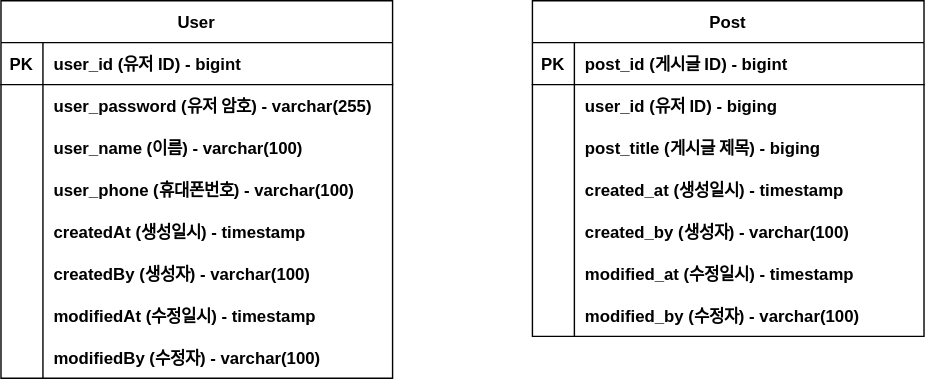
Earlier version of the draw.io export Document/trade-demo-erd.svg (wlsdnr658/trade-demo). Source tidied: cells renumbered, new cells last; positions are measured from the earlier drawing's top-left corner, leaving out a move shared by most shapes.
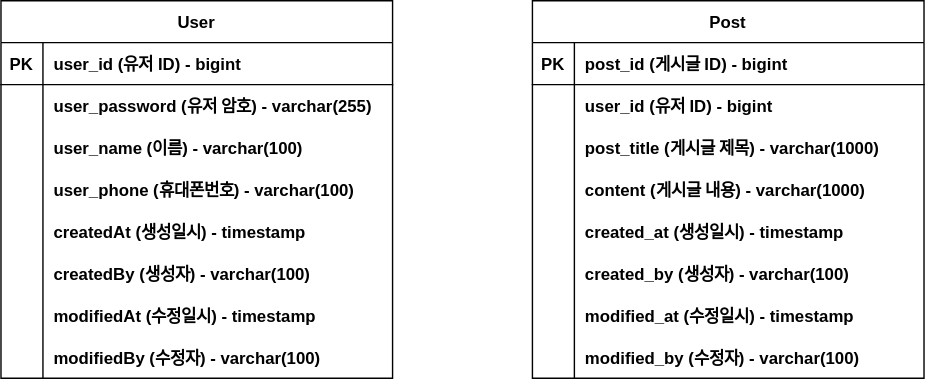
After the commit.

Change to the diagram source:
```diff
@@ -3,7 +3,7 @@
     <mxCell id="0" />
     <mxCell id="1" parent="0" />
     <mxCell id="2" value="Post" style="shape=table;startSize=30;rowLines=0;fontStyle=1;align=center;" parent="1" vertex="1">
-      <mxGeometry x="380" width="280" height="240" as="geometry" />
+      <mxGeometry x="380" width="280" height="270" as="geometry" />
     </mxCell>
     <mxCell id="3" style="shape=partialRectangle;fillColor=none;top=0;left=0;right=0;bottom=1;" parent="2" vertex="1">
       <mxGeometry y="30" width="280" height="30" as="geometry" />
@@ -20,20 +20,29 @@
     <mxCell id="7" style="shape=partialRectangle;overflow=hidden;fillColor=none;top=0;left=0;bottom=0;right=0;" parent="6" vertex="1">
       <mxGeometry width="30" height="30" as="geometry" />
     </mxCell>
-    <mxCell id="8" value="user_id (유저 ID) - biging" style="shape=partialRectangle;overflow=hidden;fillColor=none;top=0;left=0;bottom=0;right=0;align=left;spacingLeft=6;fontStyle=1;" parent="6" vertex="1">
+    <mxCell id="8" value="user_id (유저 ID) - bigint" style="shape=partialRectangle;overflow=hidden;fillColor=none;top=0;left=0;bottom=0;right=0;align=left;spacingLeft=6;fontStyle=1;" parent="6" vertex="1">
       <mxGeometry x="30" width="250" height="30" as="geometry" />
     </mxCell>
+    <mxCell id="49" style="shape=partialRectangle;fillColor=none;top=0;left=0;right=0;bottom=0;" parent="2" vertex="1">
+      <mxGeometry y="90" width="280" height="30" as="geometry" />
+    </mxCell>
+    <mxCell id="50" style="shape=partialRectangle;overflow=hidden;fillColor=none;top=0;left=0;bottom=0;right=0;" parent="49" vertex="1">
+      <mxGeometry width="30" height="30" as="geometry" />
+    </mxCell>
+    <mxCell id="51" value="post_title (게시글 제목) - varchar(1000)" style="shape=partialRectangle;overflow=hidden;fillColor=none;top=0;left=0;bottom=0;right=0;align=left;spacingLeft=6;fontStyle=1;" parent="49" vertex="1">
+      <mxGeometry x="30" width="250" height="30" as="geometry" />
+    </mxCell>
     <mxCell id="9" style="shape=partialRectangle;fillColor=none;top=0;left=0;right=0;bottom=0;" parent="2" vertex="1">
-      <mxGeometry y="90" width="280" height="30" as="geometry" />
+      <mxGeometry y="120" width="280" height="30" as="geometry" />
     </mxCell>
     <mxCell id="10" style="shape=partialRectangle;overflow=hidden;fillColor=none;top=0;left=0;bottom=0;right=0;" parent="9" vertex="1">
       <mxGeometry width="30" height="30" as="geometry" />
     </mxCell>
-    <mxCell id="11" value="post_title (게시글 제목) - biging" style="shape=partialRectangle;overflow=hidden;fillColor=none;top=0;left=0;bottom=0;right=0;align=left;spacingLeft=6;fontStyle=1;" parent="9" vertex="1">
+    <mxCell id="11" value="content (게시글 내용) - varchar(1000)" style="shape=partialRectangle;overflow=hidden;fillColor=none;top=0;left=0;bottom=0;right=0;align=left;spacingLeft=6;fontStyle=1;" parent="9" vertex="1">
       <mxGeometry x="30" width="250" height="30" as="geometry" />
     </mxCell>
     <mxCell id="12" style="shape=partialRectangle;fillColor=none;top=0;left=0;right=0;bottom=0;" parent="2" vertex="1">
-      <mxGeometry y="120" width="280" height="30" as="geometry" />
+      <mxGeometry y="150" width="280" height="30" as="geometry" />
     </mxCell>
     <mxCell id="13" style="shape=partialRectangle;overflow=hidden;fillColor=none;top=0;left=0;bottom=0;right=0;" parent="12" vertex="1">
       <mxGeometry width="30" height="30" as="geometry" />
@@ -42,7 +51,7 @@
       <mxGeometry x="30" width="250" height="30" as="geometry" />
     </mxCell>
     <mxCell id="15" style="shape=partialRectangle;fillColor=none;top=0;left=0;right=0;bottom=0;" parent="2" vertex="1">
-      <mxGeometry y="150" width="280" height="30" as="geometry" />
+      <mxGeometry y="180" width="280" height="30" as="geometry" />
     </mxCell>
     <mxCell id="16" style="shape=partialRectangle;overflow=hidden;fillColor=none;top=0;left=0;bottom=0;right=0;" parent="15" vertex="1">
       <mxGeometry width="30" height="30" as="geometry" />
@@ -51,7 +60,7 @@
       <mxGeometry x="30" width="250" height="30" as="geometry" />
     </mxCell>
     <mxCell id="18" style="shape=partialRectangle;fillColor=none;top=0;left=0;right=0;bottom=0;" parent="2" vertex="1">
-      <mxGeometry y="180" width="280" height="30" as="geometry" />
+      <mxGeometry y="210" width="280" height="30" as="geometry" />
     </mxCell>
     <mxCell id="19" style="shape=partialRectangle;overflow=hidden;fillColor=none;top=0;left=0;bottom=0;right=0;" parent="18" vertex="1">
       <mxGeometry width="30" height="30" as="geometry" />
@@ -60,7 +69,7 @@
       <mxGeometry x="30" width="250" height="30" as="geometry" />
     </mxCell>
     <mxCell id="21" style="shape=partialRectangle;fillColor=none;top=0;left=0;right=0;bottom=0;" parent="2" vertex="1">
-      <mxGeometry y="210" width="280" height="30" as="geometry" />
+      <mxGeometry y="240" width="280" height="30" as="geometry" />
     </mxCell>
     <mxCell id="22" style="shape=partialRectangle;overflow=hidden;fillColor=none;top=0;left=0;bottom=0;right=0;" parent="21" vertex="1">
       <mxGeometry width="30" height="30" as="geometry" />
```
